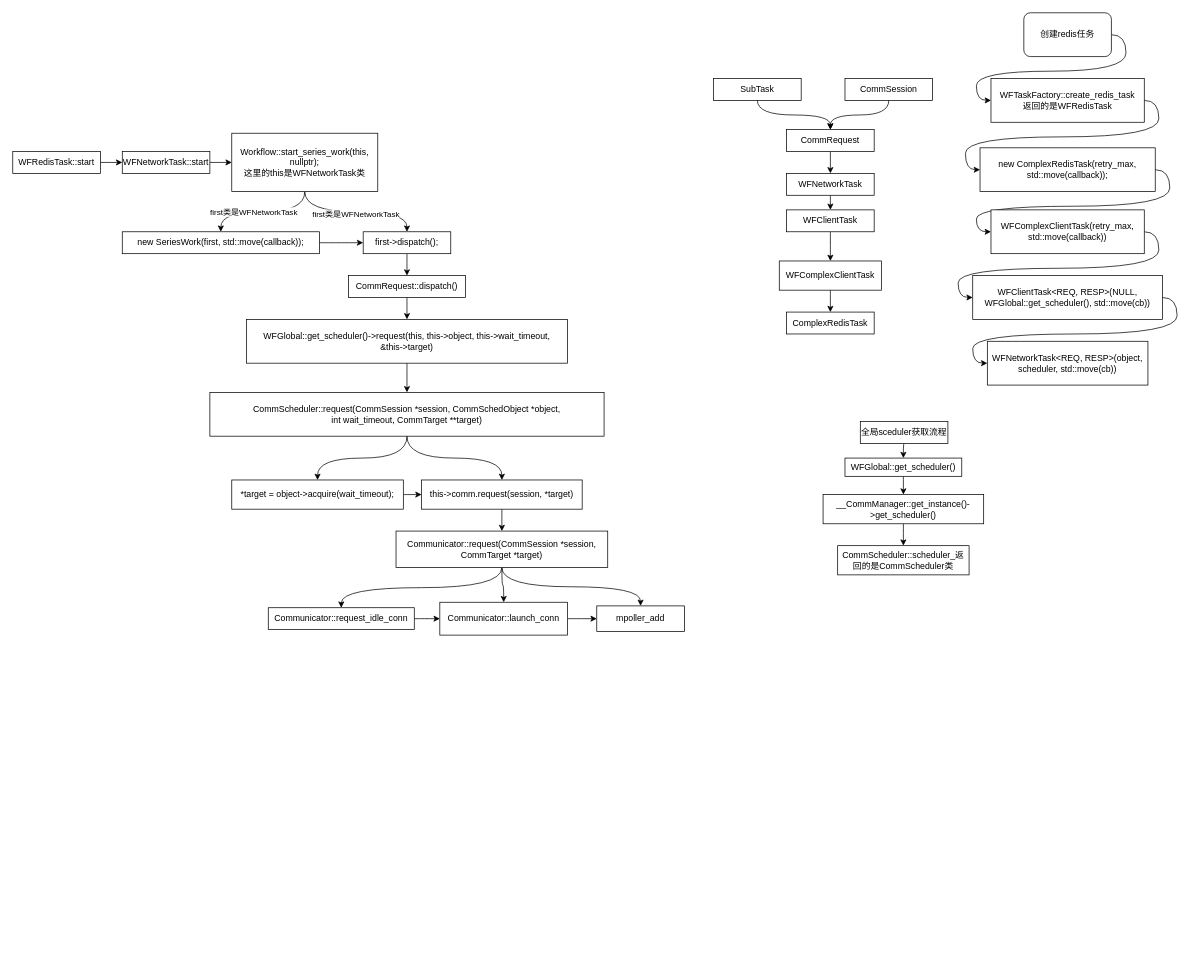
beijingqiuchang/drawio keeps this draw.io diagram as workflow.drawio. Above is the earlier version. Source tidied: cells renumbered, new cells numbered last; positions are measured from the earlier drawing's top-left corner, leaving out a move shared by most shapes. Both pictures are drawn from the tidied source at 73%, with x=0, y=0 at pixel (12, 12).
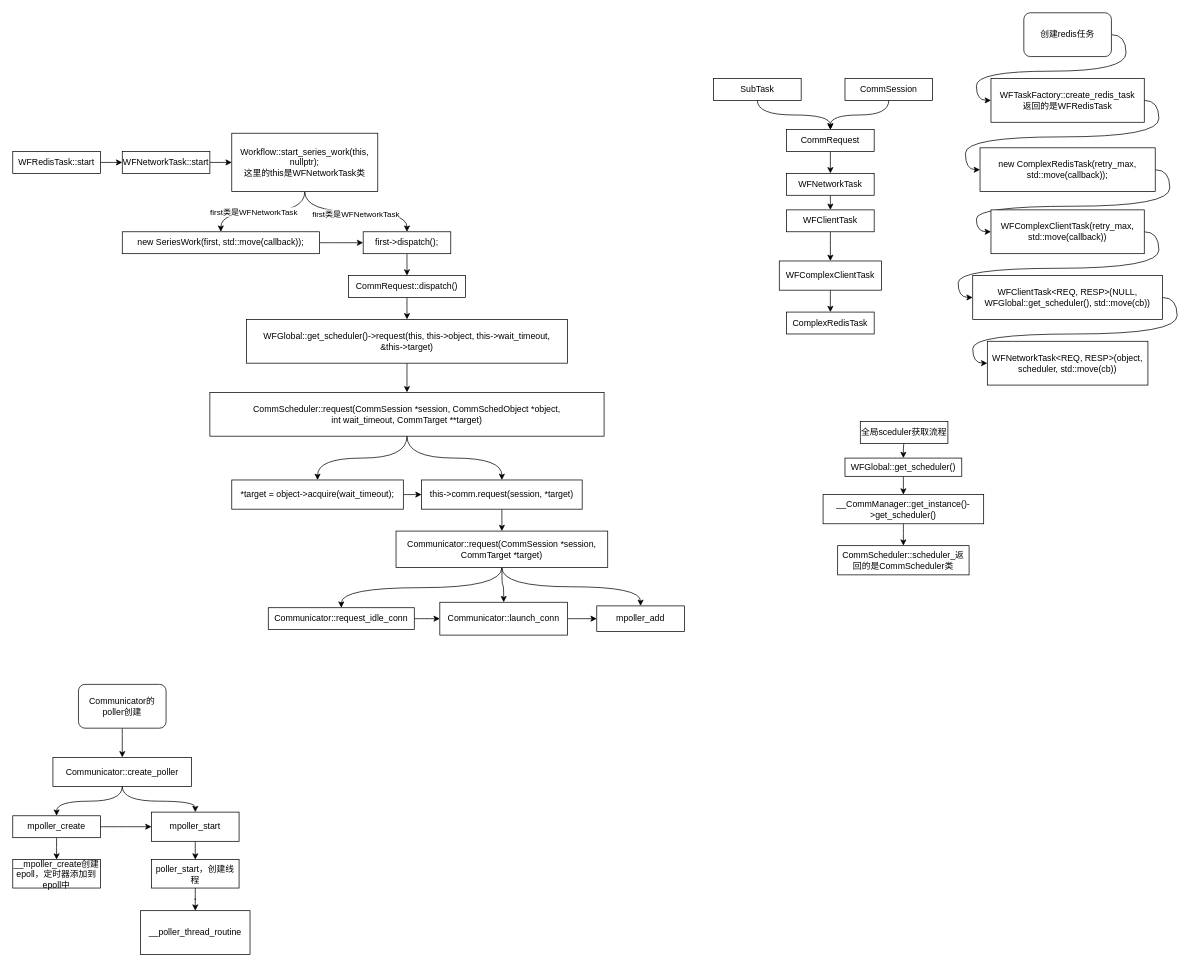
The same diagram, later.

Change to the diagram source:
```diff
@@
+    <mxCell id="66" style="edgeStyle=orthogonalEdgeStyle;curved=1;rounded=0;jettySize=auto;html=1;exitX=0.5;exitY=1;exitDx=0;exitDy=0;entryX=0.5;entryY=0;entryDx=0;entryDy=0;" parent="1" edge="1" source="68" target="73">
+      <mxGeometry relative="1" as="geometry" />
+    </mxCell>
+    <mxCell id="67" style="edgeStyle=orthogonalEdgeStyle;curved=1;rounded=0;jettySize=auto;html=1;exitX=0.5;exitY=1;exitDx=0;exitDy=0;" parent="1" edge="1" source="68" target="76">
+      <mxGeometry relative="1" as="geometry" />
+    </mxCell>
+    <mxCell id="68" value="Communicator::create_poller" style="rounded=0;whiteSpace=wrap;html=1;" parent="1" vertex="1">
+      <mxGeometry x="55" y="1020" width="190" height="40" as="geometry" />
+    </mxCell>
+    <mxCell id="69" style="edgeStyle=orthogonalEdgeStyle;curved=1;rounded=0;jettySize=auto;html=1;exitX=0.5;exitY=1;exitDx=0;exitDy=0;entryX=0.5;entryY=0;entryDx=0;entryDy=0;" parent="1" edge="1" source="70" target="68">
+      <mxGeometry relative="1" as="geometry" />
+    </mxCell>
+    <mxCell id="70" value="&lt;span&gt;Communicator的poller创建&lt;/span&gt;" style="rounded=1;whiteSpace=wrap;html=1;" parent="1" vertex="1">
+      <mxGeometry x="90" y="920" width="120" height="60" as="geometry" />
+    </mxCell>
+    <mxCell id="71" style="edgeStyle=orthogonalEdgeStyle;curved=1;rounded=0;jettySize=auto;html=1;exitX=0.5;exitY=1;exitDx=0;exitDy=0;entryX=0.5;entryY=0;entryDx=0;entryDy=0;" parent="1" edge="1" source="73" target="74">
+      <mxGeometry relative="1" as="geometry" />
+    </mxCell>
+    <mxCell id="72" style="edgeStyle=orthogonalEdgeStyle;curved=1;rounded=0;jettySize=auto;html=1;exitX=1;exitY=0.5;exitDx=0;exitDy=0;entryX=0;entryY=0.5;entryDx=0;entryDy=0;" parent="1" edge="1" source="73" target="76">
+      <mxGeometry relative="1" as="geometry" />
+    </mxCell>
+    <mxCell id="73" value="mpoller_create" style="rounded=0;whiteSpace=wrap;html=1;" parent="1" vertex="1">
+      <mxGeometry y="1100" width="120" height="30" as="geometry" />
+    </mxCell>
+    <mxCell id="74" value="__mpoller_create创建epoll，定时器添加到epoll中" style="rounded=0;whiteSpace=wrap;html=1;" parent="1" vertex="1">
+      <mxGeometry y="1160" width="120" height="39" as="geometry" />
+    </mxCell>
+    <mxCell id="75" style="edgeStyle=orthogonalEdgeStyle;curved=1;rounded=0;jettySize=auto;html=1;exitX=0.5;exitY=1;exitDx=0;exitDy=0;entryX=0.5;entryY=0;entryDx=0;entryDy=0;" parent="1" edge="1" source="76" target="78">
+      <mxGeometry relative="1" as="geometry" />
+    </mxCell>
+    <mxCell id="76" value="mpoller_start" style="rounded=0;whiteSpace=wrap;html=1;" parent="1" vertex="1">
+      <mxGeometry x="190" y="1095" width="120" height="40" as="geometry" />
+    </mxCell>
+    <mxCell id="77" style="edgeStyle=orthogonalEdgeStyle;curved=1;rounded=0;jettySize=auto;html=1;exitX=0.5;exitY=1;exitDx=0;exitDy=0;" parent="1" edge="1" source="78" target="79">
+      <mxGeometry relative="1" as="geometry" />
+    </mxCell>
+    <mxCell id="78" value="poller_start，创建线程" style="rounded=0;whiteSpace=wrap;html=1;" parent="1" vertex="1">
+      <mxGeometry x="190" y="1160" width="120" height="39" as="geometry" />
+    </mxCell>
+    <mxCell id="79" value="__poller_thread_routine" style="rounded=0;whiteSpace=wrap;html=1;" parent="1" vertex="1">
+      <mxGeometry x="175" y="1230" width="150" height="60" as="geometry" />
+    </mxCell>
```
